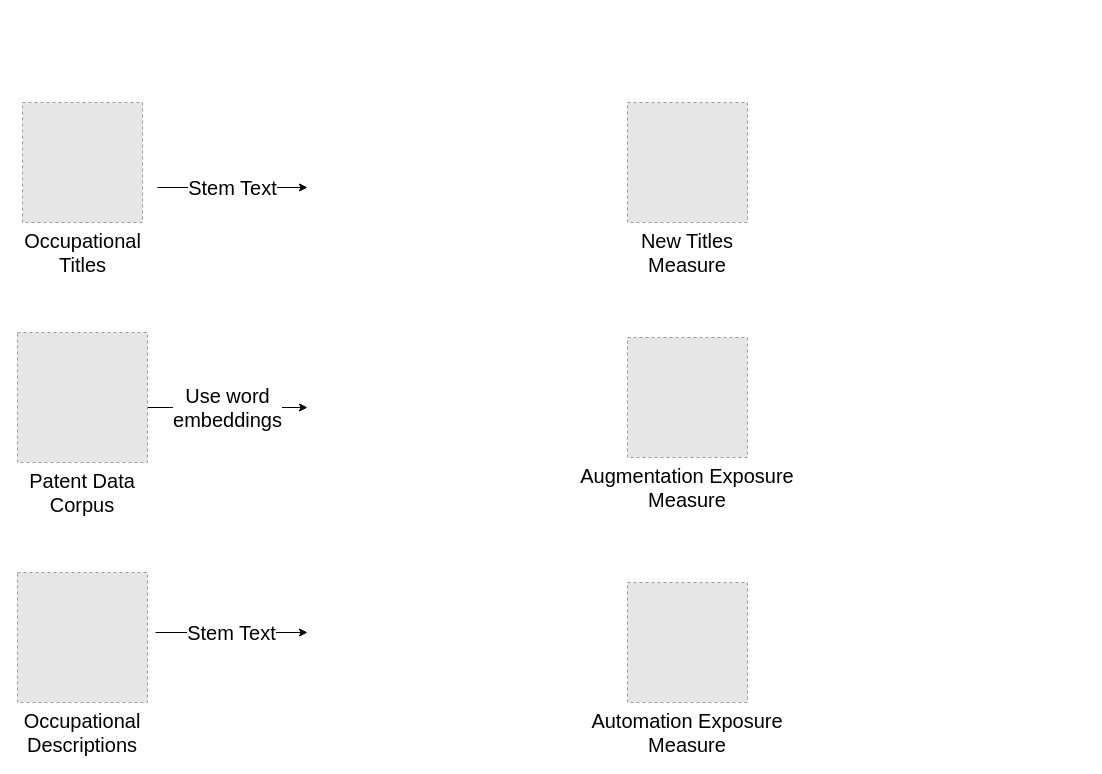
This is figures/electricity_patents.drawio from j-jayes/swedish-patent-data, a draw.io file, before an edit. Source tidied: cells renumbered, new cells numbered last; positions are measured from the earlier drawing's top-left corner, leaving out a move shared by most shapes. Both pictures are drawn from the tidied source at 100%, with x=0, y=0 at pixel (17, 102). Pictures stored in the file or linked from it are replaced by grey dashed boxes.
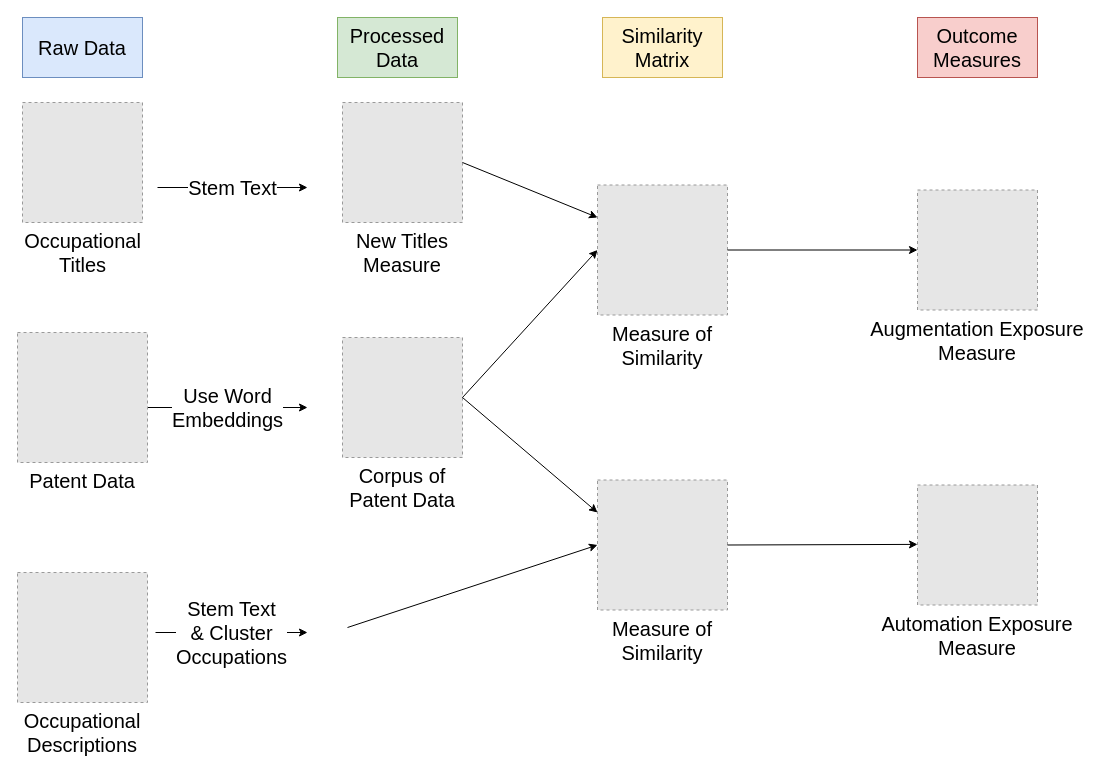
The same page after the edit.

What changed in the source:
```diff
@@
-    <mxCell id="4" value="Use word &lt;br&gt;embeddings" style="endArrow=classic;html=1;rounded=0;fontSize=20;" parent="1" edge="1">
+    <mxCell id="4" value="Use Word &lt;br&gt;Embeddings" style="endArrow=classic;html=1;rounded=0;fontSize=20;" parent="1" edge="1">
       <mxGeometry relative="1" as="geometry">
         <mxPoint x="130" y="305" as="sourcePoint" />
         <mxPoint x="290" y="305" as="targetPoint" />
       </mxGeometry>
     </mxCell>
-    <mxCell id="5" value="Stem Text" style="endArrow=classic;html=1;rounded=0;fontSize=20;" parent="1" edge="1">
+    <mxCell id="5" value="Stem Text&lt;br&gt;&amp;amp; Cluster &lt;br&gt;Occupations" style="endArrow=classic;html=1;rounded=0;fontSize=20;" parent="1" edge="1">
       <mxGeometry relative="1" as="geometry">
         <mxPoint x="138" y="530" as="sourcePoint" />
         <mxPoint x="290" y="530" as="targetPoint" />
       </mxGeometry>
     </mxCell>
@@
-    <mxCell id="7" value="Patent Data&#10;Corpus" style="fillColor=#E6E6E6;strokeColor=#999999;dashed=1;verticalLabelPosition=bottom;labelBackgroundColor=none;verticalAlign=top;fontSize=20;" parent="1" vertex="1">
+    <mxCell id="7" value="Patent Data" style="fillColor=#E6E6E6;strokeColor=#999999;dashed=1;verticalLabelPosition=bottom;labelBackgroundColor=none;verticalAlign=top;fontSize=20;" parent="1" vertex="1">
       <mxGeometry y="230" width="130" height="130" as="geometry" />
     </mxCell>
     <mxCell id="8" value="New Titles&#10;Measure" style="fillColor=#E6E6E6;strokeColor=#999999;dashed=1;verticalLabelPosition=bottom;labelBackgroundColor=none;verticalAlign=top;fontSize=20;" parent="1" vertex="1">
-      <mxGeometry x="610" width="120" height="120" as="geometry" />
+      <mxGeometry x="325" width="120" height="120" as="geometry" />
     </mxCell>
     <mxCell id="9" value="Automation Exposure&#10;Measure" style="fillColor=#E6E6E6;strokeColor=#999999;dashed=1;verticalLabelPosition=bottom;labelBackgroundColor=none;verticalAlign=top;fontSize=20;" parent="1" vertex="1">
-      <mxGeometry x="610" y="480" width="120" height="120" as="geometry" />
+      <mxGeometry x="900" y="382.5" width="120" height="120" as="geometry" />
     </mxCell>
     <mxCell id="10" value="Augmentation Exposure&#10;Measure" style="fillColor=#E6E6E6;strokeColor=#999999;dashed=1;verticalLabelPosition=bottom;labelBackgroundColor=none;verticalAlign=top;fontSize=20;align=center;" parent="1" vertex="1">
-      <mxGeometry x="610" y="235" width="120" height="120" as="geometry" />
+      <mxGeometry x="900" y="87.5" width="120" height="120" as="geometry" />
     </mxCell>
+    <mxCell id="11" value="Corpus of &#10;Patent Data" style="fillColor=#E6E6E6;strokeColor=#999999;dashed=1;verticalLabelPosition=bottom;labelBackgroundColor=default;verticalAlign=top;fontSize=20;" parent="1" vertex="1">
+      <mxGeometry x="325" y="235" width="120" height="120" as="geometry" />
+    </mxCell>
+    <mxCell id="12" style="endArrow=classic;html=1;rounded=0;fontSize=20;entryX=0;entryY=0.5;entryDx=0;entryDy=0;" parent="1" edge="1" target="14">
+      <mxGeometry relative="1" as="geometry">
+        <mxPoint x="330" y="525" as="sourcePoint" />
+      </mxGeometry>
+    </mxCell>
+    <mxCell id="13" style="endArrow=classic;html=1;rounded=0;fontSize=20;entryX=0;entryY=0.5;entryDx=0;entryDy=0;exitX=1;exitY=0.5;exitDx=0;exitDy=0;" parent="1" edge="1" source="11" target="16">
+      <mxGeometry relative="1" as="geometry" />
+    </mxCell>
+    <mxCell id="14" value="Measure of&#10;Similarity" style="fillColor=#E6E6E6;strokeColor=#999999;dashed=1;verticalLabelPosition=bottom;labelBackgroundColor=none;verticalAlign=top;fontSize=20;" parent="1" vertex="1">
+      <mxGeometry x="580" y="377.5" width="130" height="130" as="geometry" />
+    </mxCell>
+    <mxCell id="15" style="endArrow=classic;html=1;rounded=0;fontSize=20;exitX=1;exitY=0.5;exitDx=0;exitDy=0;entryX=0;entryY=0.25;entryDx=0;entryDy=0;" parent="1" edge="1" source="11" target="14">
+      <mxGeometry relative="1" as="geometry" />
+    </mxCell>
+    <mxCell id="16" value="Measure of&#10;Similarity" style="fillColor=#E6E6E6;strokeColor=#999999;dashed=1;verticalLabelPosition=bottom;labelBackgroundColor=none;verticalAlign=top;fontSize=20;" parent="1" vertex="1">
+      <mxGeometry x="580" y="82.5" width="130" height="130" as="geometry" />
+    </mxCell>
+    <mxCell id="17" style="endArrow=classic;html=1;rounded=0;fontSize=20;exitX=1;exitY=0.5;exitDx=0;exitDy=0;entryX=0;entryY=0.25;entryDx=0;entryDy=0;" parent="1" edge="1" source="8" target="16">
+      <mxGeometry relative="1" as="geometry" />
+    </mxCell>
+    <mxCell id="18" value="Raw Data" style="rounded=0;whiteSpace=wrap;html=1;labelBackgroundColor=none;sketch=0;fontSize=20;fillColor=#dae8fc;strokeColor=#6c8ebf;" parent="1" vertex="1">
+      <mxGeometry x="5" y="-85" width="120" height="60" as="geometry" />
+    </mxCell>
+    <mxCell id="19" value="Processed&lt;br&gt;Data" style="rounded=0;whiteSpace=wrap;html=1;labelBackgroundColor=none;sketch=0;fontSize=20;fillColor=#d5e8d4;strokeColor=#82b366;" parent="1" vertex="1">
+      <mxGeometry x="320" y="-85" width="120" height="60" as="geometry" />
+    </mxCell>
+    <mxCell id="20" value="Similarity&lt;br&gt;Matrix" style="rounded=0;whiteSpace=wrap;html=1;labelBackgroundColor=none;sketch=0;fontSize=20;fillColor=#fff2cc;strokeColor=#d6b656;" parent="1" vertex="1">
+      <mxGeometry x="585" y="-85" width="120" height="60" as="geometry" />
+    </mxCell>
+    <mxCell id="21" value="Outcome&lt;br&gt;Measures" style="rounded=0;whiteSpace=wrap;html=1;labelBackgroundColor=none;sketch=0;fontSize=20;fillColor=#f8cecc;strokeColor=#b85450;" parent="1" vertex="1">
+      <mxGeometry x="900" y="-85" width="120" height="60" as="geometry" />
+    </mxCell>
+    <mxCell id="22" style="endArrow=classic;html=1;rounded=0;fontSize=20;exitX=1;exitY=0.5;exitDx=0;exitDy=0;" parent="1" edge="1" source="16" target="10">
+      <mxGeometry relative="1" as="geometry" />
+    </mxCell>
+    <mxCell id="23" style="endArrow=classic;html=1;rounded=0;fontSize=20;exitX=1;exitY=0.5;exitDx=0;exitDy=0;" parent="1" edge="1" source="14">
+      <mxGeometry relative="1" as="geometry">
+        <mxPoint x="900" y="441.9" as="targetPoint" />
+      </mxGeometry>
+    </mxCell>
```
